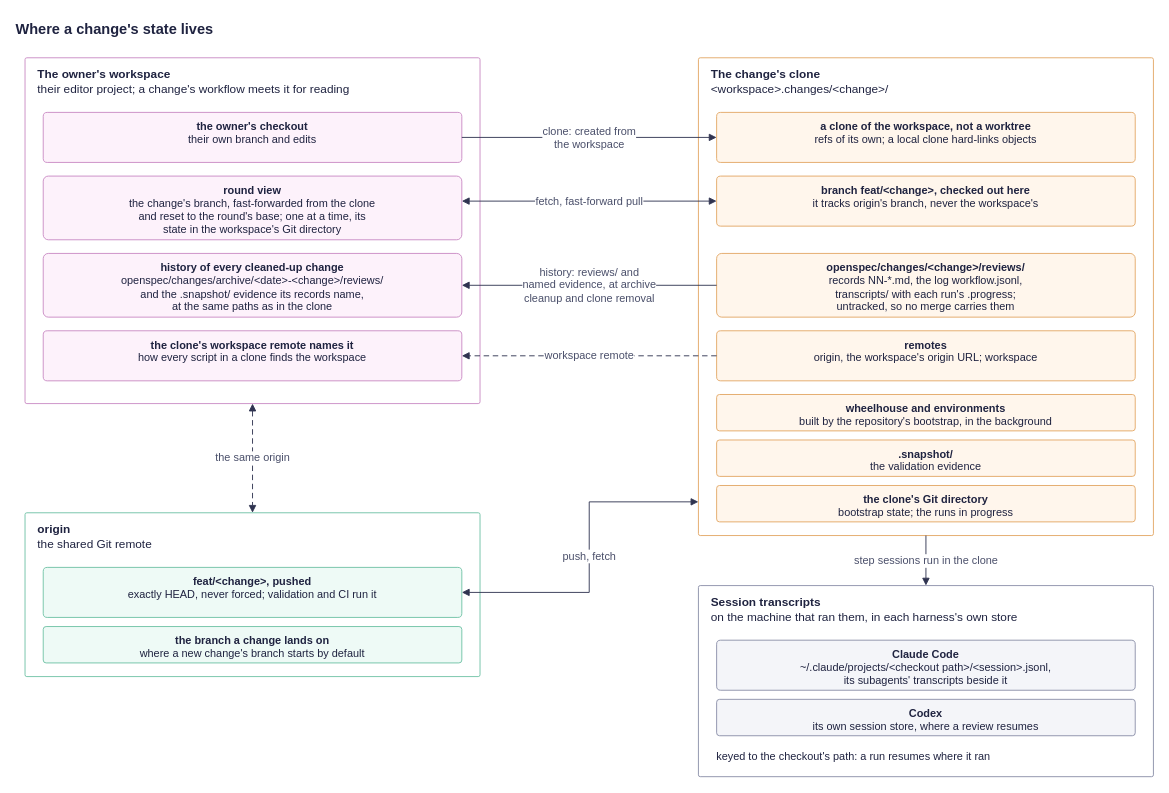
Above: openspec/specs/change-workflow/diagrams/change-workflow-state.drawio in arkhai-io/simple-compute-market (draw.io), before the change. Source tidied: cells renumbered, new cells numbered last; positions are measured from the earlier drawing's top-left corner, leaving out a move shared by most shapes. Both pictures are drawn from the tidied source at 91%, with x=0, y=0 at pixel (15, 15).
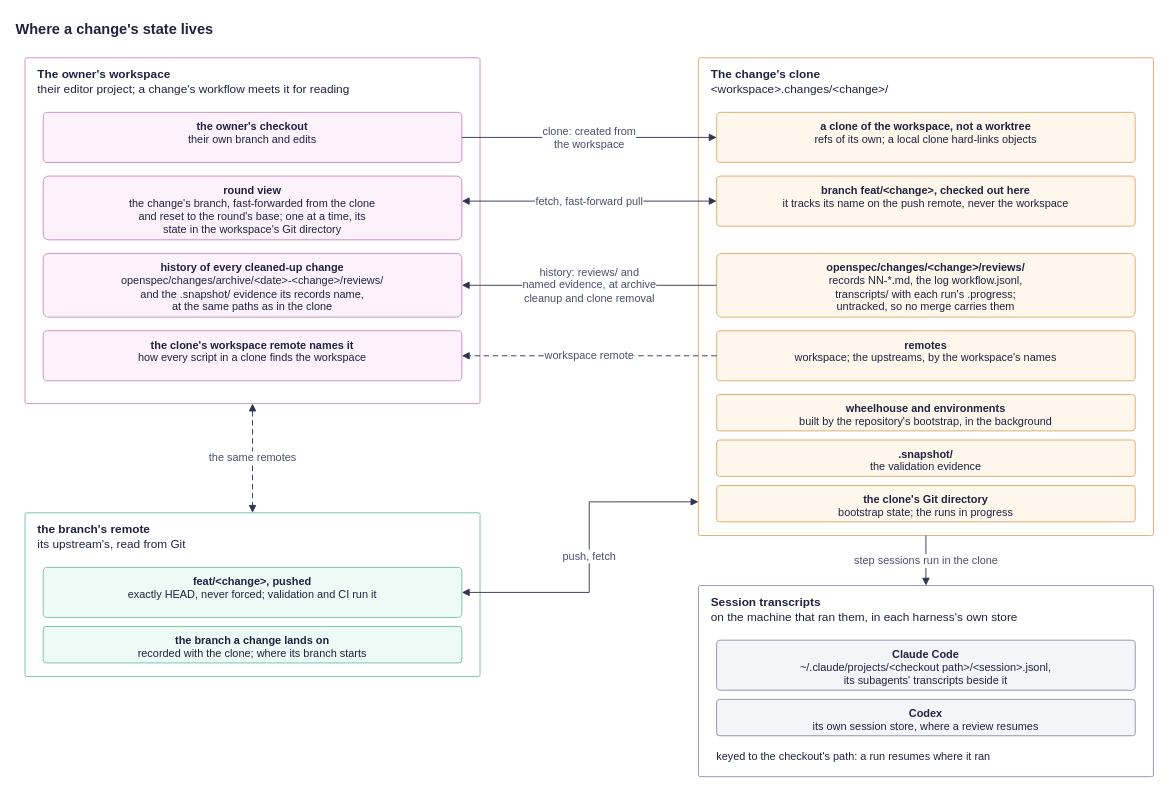
The same diagram, later.

Unchanged cells that the change refers to:
```xml
<mxCell id="3" value="&lt;b&gt;The owner's workspace&lt;/b&gt;&lt;br&gt;their editor project; a change's workflow meets it for reading" style="rounded=1;arcSize=4;absoluteArcSize=1;whiteSpace=wrap;html=1;verticalAlign=top;align=left;spacingLeft=12;spacingTop=4;fontSize=13;fontColor=#1f2340;fillColor=#ffffff;strokeColor=#c98ac4;" parent="1" vertex="1">
  <mxGeometry x="10" y="46" width="500" height="380" as="geometry" />
</mxCell>
```

Diff of the diagram source:
```diff
@@
-    <mxCell id="10" value="&lt;b&gt;branch feat/&amp;lt;change&amp;gt;, checked out here&lt;/b&gt;&lt;br&gt;it tracks origin's branch, never the workspace's" style="rounded=1;arcSize=8;whiteSpace=wrap;html=1;verticalAlign=top;spacingTop=2;fontSize=12;fontColor=#1f2340;fillColor=#fff6ec;strokeColor=#e3a765;" parent="1" vertex="1">
+    <mxCell id="10" value="&lt;b&gt;branch feat/&amp;lt;change&amp;gt;, checked out here&lt;/b&gt;&lt;br&gt;it tracks its name on the push remote, never the workspace" style="rounded=1;arcSize=8;whiteSpace=wrap;html=1;verticalAlign=top;spacingTop=2;fontSize=12;fontColor=#1f2340;fillColor=#fff6ec;strokeColor=#e3a765;" parent="1" vertex="1">
       <mxGeometry x="770" y="176" width="460" height="55" as="geometry" />
     </mxCell>
@@
-    <mxCell id="12" value="&lt;b&gt;remotes&lt;/b&gt;&lt;br&gt;origin, the workspace's origin URL; workspace" style="rounded=1;arcSize=8;whiteSpace=wrap;html=1;verticalAlign=top;spacingTop=2;fontSize=12;fontColor=#1f2340;fillColor=#fff6ec;strokeColor=#e3a765;" parent="1" vertex="1">
+    <mxCell id="12" value="&lt;b&gt;remotes&lt;/b&gt;&lt;br&gt;workspace; the upstreams, by the workspace's names" style="rounded=1;arcSize=8;whiteSpace=wrap;html=1;verticalAlign=top;spacingTop=2;fontSize=12;fontColor=#1f2340;fillColor=#fff6ec;strokeColor=#e3a765;" parent="1" vertex="1">
       <mxGeometry x="770" y="346" width="460" height="55" as="geometry" />
     </mxCell>
@@
-    <mxCell id="16" value="&lt;b&gt;origin&lt;/b&gt;&lt;br&gt;the shared Git remote" style="rounded=1;arcSize=4;absoluteArcSize=1;whiteSpace=wrap;html=1;verticalAlign=top;align=left;spacingLeft=12;spacingTop=4;fontSize=13;fontColor=#1f2340;fillColor=#ffffff;strokeColor=#6fc2a5;" parent="1" vertex="1">
+    <mxCell id="16" value="&lt;b&gt;the branch's remote&lt;/b&gt;&lt;br&gt;its upstream's, read from Git" style="rounded=1;arcSize=4;absoluteArcSize=1;whiteSpace=wrap;html=1;verticalAlign=top;align=left;spacingLeft=12;spacingTop=4;fontSize=13;fontColor=#1f2340;fillColor=#ffffff;strokeColor=#6fc2a5;" parent="1" vertex="1">
       <mxGeometry x="10" y="546" width="500" height="180" as="geometry" />
     </mxCell>
@@
-    <mxCell id="18" value="&lt;b&gt;the branch a change lands on&lt;/b&gt;&lt;br&gt;where a new change's branch starts by default" style="rounded=1;arcSize=8;whiteSpace=wrap;html=1;verticalAlign=top;spacingTop=2;fontSize=12;fontColor=#1f2340;fillColor=#eefaf6;strokeColor=#6fc2a5;" parent="1" vertex="1">
+    <mxCell id="18" value="&lt;b&gt;the branch a change lands on&lt;/b&gt;&lt;br&gt;recorded with the clone; where its branch starts" style="rounded=1;arcSize=8;whiteSpace=wrap;html=1;verticalAlign=top;spacingTop=2;fontSize=12;fontColor=#1f2340;fillColor=#eefaf6;strokeColor=#6fc2a5;" parent="1" vertex="1">
       <mxGeometry x="30" y="671" width="460" height="40" as="geometry" />
     </mxCell>
@@
-    <mxCell id="28" value="the same origin" style="html=1;rounded=0;strokeColor=#2f3350;fontSize=12;fontColor=#4a4f6a;labelBackgroundColor=#ffffff;endArrow=block;endFill=1;startArrow=block;startFill=1;dashed=1;dashPattern=6 4;exitX=0.5;exitY=1;exitDx=0;exitDy=0;exitPerimeter=0;entryX=0.5;entryY=0;entryDx=0;entryDy=0;entryPerimeter=0;" parent="1" edge="1" source="3" target="16">
+    <mxCell id="28" value="the same remotes" style="html=1;rounded=0;strokeColor=#2f3350;fontSize=12;fontColor=#4a4f6a;labelBackgroundColor=#ffffff;endArrow=block;endFill=1;startArrow=block;startFill=1;dashed=1;dashPattern=6 4;exitX=0.5;exitY=1;exitDx=0;exitDy=0;exitPerimeter=0;entryX=0.5;entryY=0;entryDx=0;entryDy=0;entryPerimeter=0;" parent="1" edge="1" source="3" target="16">
       <mxGeometry relative="1" as="geometry" />
     </mxCell>
```
